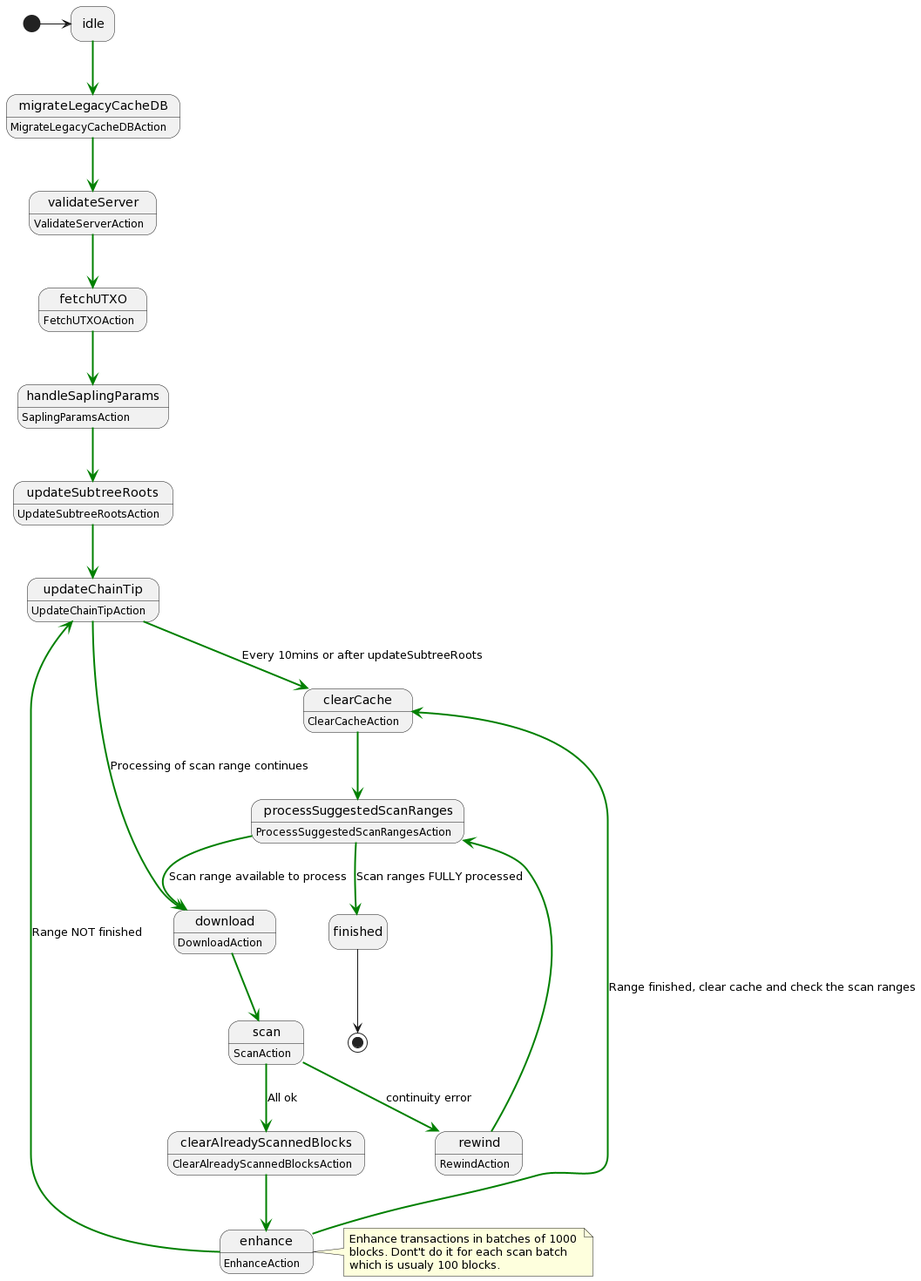
The PlantUML diagram docs/images/cbp_state_machine.png in Electric-Coin-Company/zcash-swift-wallet-sdk, before a commit.
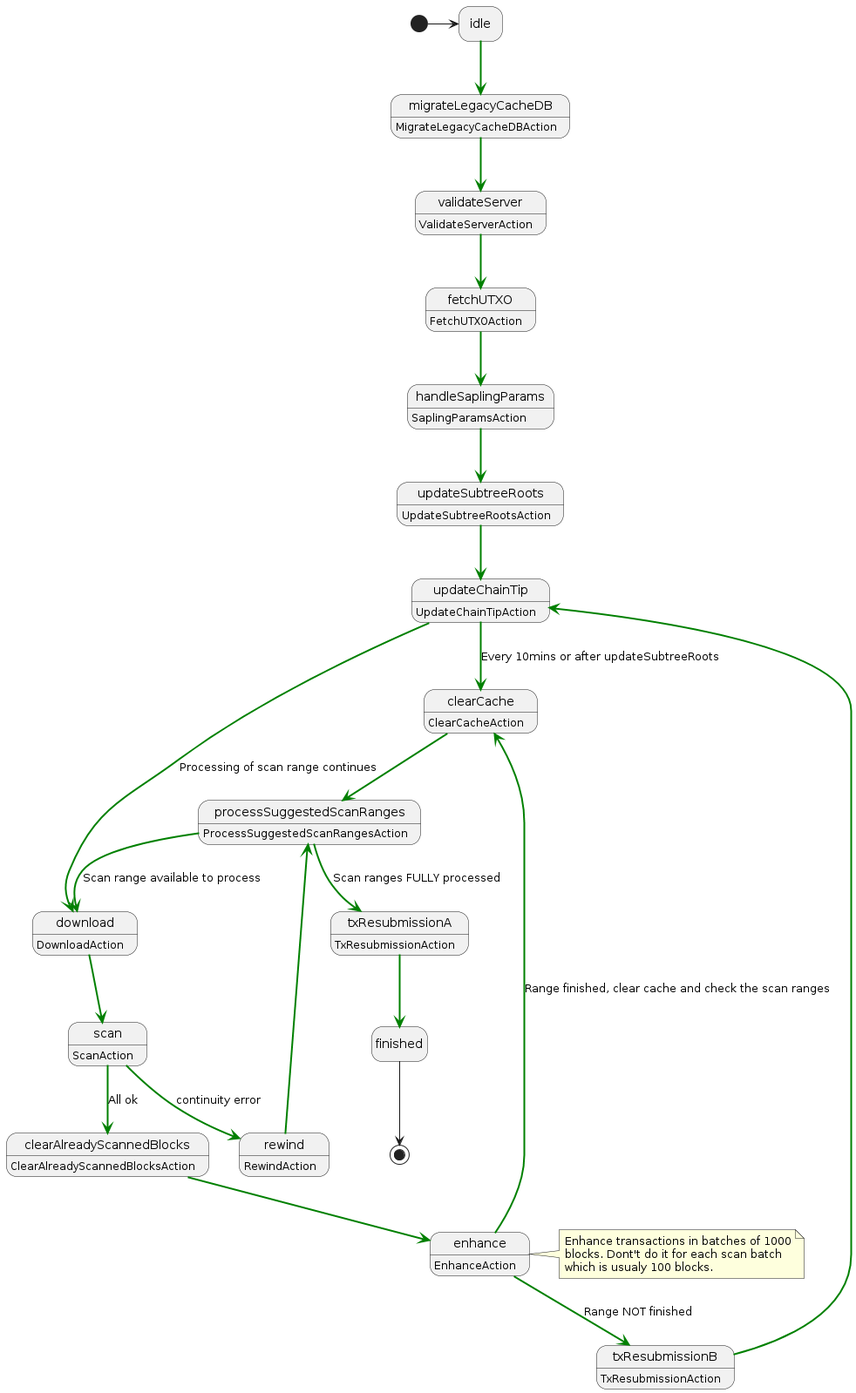
The same file after the commit.

What changed in the source:
```diff
@@ -26,7 +26,13 @@
 
 processSuggestedScanRanges : ProcessSuggestedScanRangesAction
 processSuggestedScanRanges -[#green,bold]-> download : Scan range available to process
-processSuggestedScanRanges -[#green,bold]-> finished : Scan ranges FULLY processed
+processSuggestedScanRanges -[#green,bold]-> txResubmissionA : Scan ranges FULLY processed
+
+txResubmissionA : TxResubmissionAction
+txResubmissionA -[#green,bold]-> finished
+
+txResubmissionB : TxResubmissionAction
+txResubmissionB -[#green,bold]-> updateChainTip
 
 download : DownloadAction
 download -[#green,bold]-> scan
@@ -42,7 +48,7 @@
 clearAlreadyScannedBlocks -[#green,bold]-> enhance
 
 enhance : EnhanceAction
-enhance -[#green,bold]-> updateChainTip : Range NOT finished
+enhance -[#green,bold]-> txResubmissionB : Range NOT finished
 enhance -[#green,bold]-> clearCache : Range finished, clear cache and check the scan ranges
 
 note right of enhance
```
